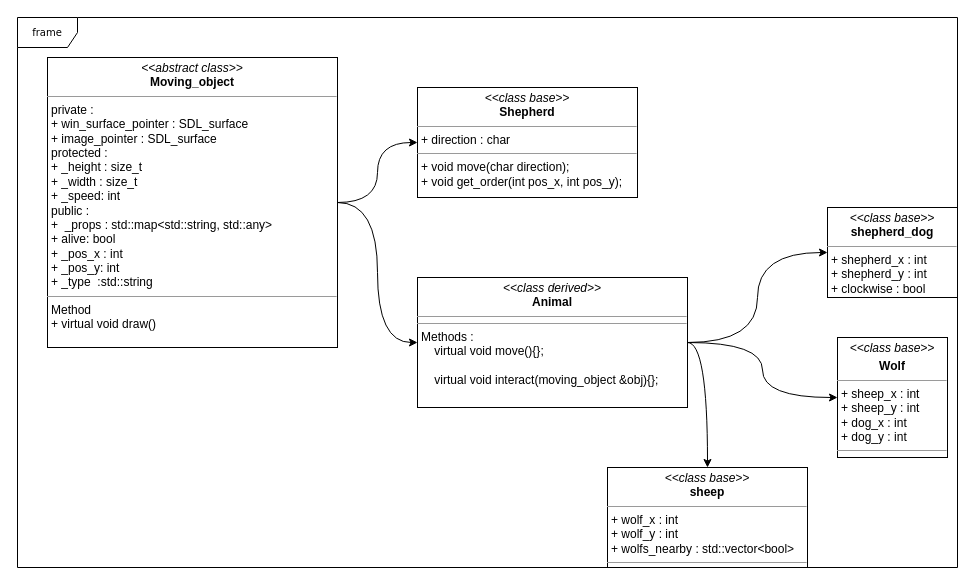
Earlier version of the draw.io diagram hiearchy.drawio (toma-leb/SDL_Project). Source tidied: cells renumbered, new cells numbered last; positions are measured from the earlier drawing's top-left corner, leaving out a move shared by most shapes. Both pictures are drawn from the tidied source at 100%, with x=0, y=0 at pixel (17, 17).
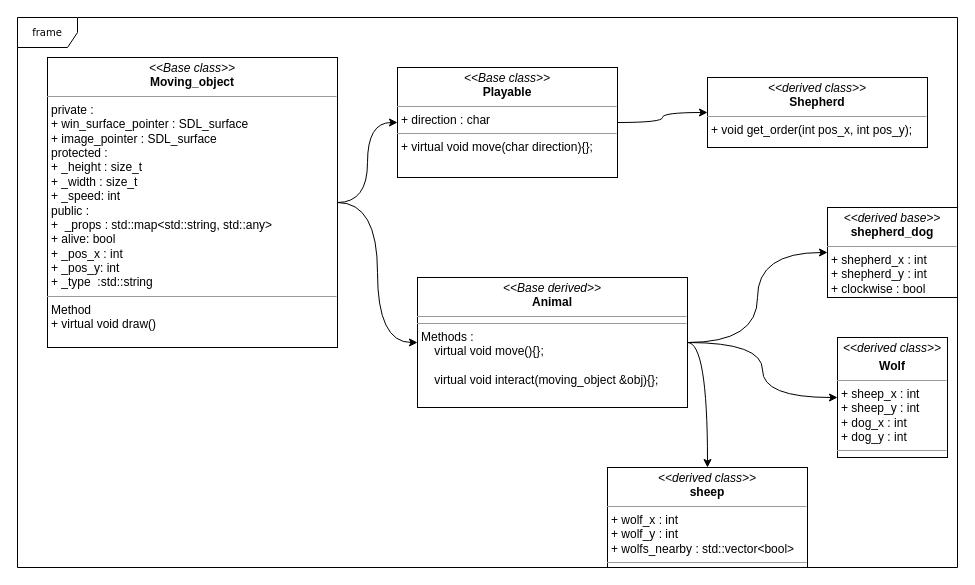
The same page after the edit.

Commit message:
update hiarchy diagram

Diff of the diagram source:
```diff
@@
 <mxGraphModel>
   <root>
     <mxCell id="0" />
     <mxCell id="1" parent="0" />
     <mxCell id="2" value="frame" style="shape=umlFrame;whiteSpace=wrap;html=1;rounded=0;shadow=0;comic=0;labelBackgroundColor=none;strokeWidth=1;fontFamily=Verdana;fontSize=10;align=center;" parent="1" vertex="1">
       <mxGeometry width="940" height="550" as="geometry" />
     </mxCell>
     <mxCell id="3" style="edgeStyle=orthogonalEdgeStyle;curved=1;rounded=0;jettySize=auto;html=1;entryX=0;entryY=0.5;entryDx=0;entryDy=0;" parent="1" edge="1" source="6" target="13">
       <mxGeometry relative="1" as="geometry" />
     </mxCell>
     <mxCell id="4" style="edgeStyle=orthogonalEdgeStyle;curved=1;rounded=0;jettySize=auto;html=1;" parent="1" edge="1" source="6" target="12">
       <mxGeometry relative="1" as="geometry" />
     </mxCell>
     <mxCell id="5" style="edgeStyle=orthogonalEdgeStyle;curved=1;rounded=0;jettySize=auto;html=1;exitX=1;exitY=0.5;exitDx=0;exitDy=0;" parent="1" edge="1" source="6" target="8">
       <mxGeometry relative="1" as="geometry" />
     </mxCell>
-    <mxCell id="6" value="&lt;p style=&quot;margin:0px;margin-top:4px;text-align:center;&quot;&gt;&lt;i&gt;&amp;lt;&amp;lt;class derived&amp;gt;&amp;gt;&lt;/i&gt;&lt;br&gt;&lt;b&gt;Animal&lt;/b&gt;&lt;br&gt;&lt;/p&gt;&lt;hr size=&quot;1&quot;&gt;&lt;hr size=&quot;1&quot;&gt;&lt;p style=&quot;margin:0px;margin-left:4px;&quot;&gt;Methods : &lt;br&gt;&lt;/p&gt;&lt;p style=&quot;margin:0px;margin-left:4px;&quot;&gt;&amp;nbsp;&amp;nbsp;&amp;nbsp; virtual void move(){};&lt;br&gt;&lt;br&gt;&amp;nbsp;&amp;nbsp;&amp;nbsp; virtual void interact(moving_object &amp;amp;obj){};&lt;br&gt;&lt;/p&gt;" style="verticalAlign=top;align=left;overflow=fill;fontSize=12;fontFamily=Helvetica;html=1;rounded=0;shadow=0;comic=0;labelBackgroundColor=none;strokeWidth=1;" parent="1" vertex="1">
+    <mxCell id="6" value="&lt;p style=&quot;margin:0px;margin-top:4px;text-align:center;&quot;&gt;&lt;i&gt;&amp;lt;&amp;lt;Base derived&amp;gt;&amp;gt;&lt;/i&gt;&lt;br&gt;&lt;b&gt;Animal&lt;/b&gt;&lt;br&gt;&lt;/p&gt;&lt;hr size=&quot;1&quot;&gt;&lt;hr size=&quot;1&quot;&gt;&lt;p style=&quot;margin:0px;margin-left:4px;&quot;&gt;Methods : &lt;br&gt;&lt;/p&gt;&lt;p style=&quot;margin:0px;margin-left:4px;&quot;&gt;&amp;nbsp;&amp;nbsp;&amp;nbsp; virtual void move(){};&lt;br&gt;&lt;br&gt;&amp;nbsp;&amp;nbsp;&amp;nbsp; virtual void interact(moving_object &amp;amp;obj){};&lt;br&gt;&lt;/p&gt;" style="verticalAlign=top;align=left;overflow=fill;fontSize=12;fontFamily=Helvetica;html=1;rounded=0;shadow=0;comic=0;labelBackgroundColor=none;strokeWidth=1;" parent="1" vertex="1">
       <mxGeometry x="400" y="260" width="270" height="130" as="geometry" />
     </mxCell>
-    <mxCell id="7" value="&lt;p style=&quot;margin:0px;margin-top:4px;text-align:center;&quot;&gt;&lt;i&gt;&amp;lt;&amp;lt;class base&amp;gt;&amp;gt;&lt;/i&gt;&lt;br&gt;&lt;b&gt;Shepherd&lt;/b&gt;&lt;br&gt;&lt;/p&gt;&lt;hr size=&quot;1&quot;&gt;&lt;p style=&quot;margin:0px;margin-left:4px;&quot;&gt;+ direction : char&lt;br&gt;&lt;/p&gt;&lt;hr size=&quot;1&quot;&gt;&lt;p style=&quot;margin:0px;margin-left:4px;&quot;&gt;+ void move(char direction);&lt;br&gt;+ void get_order(int pos_x, int pos_y);&lt;/p&gt;" style="verticalAlign=top;align=left;overflow=fill;fontSize=12;fontFamily=Helvetica;html=1;rounded=0;shadow=0;comic=0;labelBackgroundColor=none;strokeWidth=1;" parent="1" vertex="1">
-      <mxGeometry x="400" y="70" width="220" height="110" as="geometry" />
+    <mxCell id="7" value="&lt;p style=&quot;margin:0px;margin-top:4px;text-align:center;&quot;&gt;&lt;i&gt;&amp;lt;&amp;lt;&lt;/i&gt;&lt;i&gt;derived &lt;/i&gt;&lt;i&gt;class&amp;gt;&amp;gt;&lt;/i&gt;&lt;br&gt;&lt;b&gt;Shepherd&lt;/b&gt;&lt;br&gt;&lt;/p&gt;&lt;hr size=&quot;1&quot;&gt;&lt;p style=&quot;margin:0px;margin-left:4px;&quot;&gt;+ void get_order(int pos_x, int pos_y);&lt;/p&gt;" style="verticalAlign=top;align=left;overflow=fill;fontSize=12;fontFamily=Helvetica;html=1;rounded=0;shadow=0;comic=0;labelBackgroundColor=none;strokeWidth=1;" parent="1" vertex="1">
+      <mxGeometry x="690" y="60" width="220" height="70" as="geometry" />
     </mxCell>
-    <mxCell id="8" value="&lt;p style=&quot;margin:0px;margin-top:4px;text-align:center;&quot;&gt;&lt;i&gt;&amp;lt;&amp;lt;class base&amp;gt;&amp;gt;&lt;/i&gt;&lt;br&gt;&lt;b&gt;sheep&lt;/b&gt;&lt;br&gt;&lt;/p&gt;&lt;hr size=&quot;1&quot;&gt;&lt;p style=&quot;margin:0px;margin-left:4px;&quot;&gt;+ wolf_x : int&lt;/p&gt;&lt;p style=&quot;margin:0px;margin-left:4px;&quot;&gt;+ wolf_y : int&lt;/p&gt;&lt;p style=&quot;margin:0px;margin-left:4px;&quot;&gt;+ wolfs_nearby : std::vector&amp;lt;bool&amp;gt;&lt;/p&gt;&lt;hr size=&quot;1&quot;&gt;" style="verticalAlign=top;align=left;overflow=fill;fontSize=12;fontFamily=Helvetica;html=1;rounded=0;shadow=0;comic=0;labelBackgroundColor=none;strokeWidth=1;" parent="1" vertex="1">
+    <mxCell id="8" value="&lt;p style=&quot;margin:0px;margin-top:4px;text-align:center;&quot;&gt;&lt;i&gt;&amp;lt;&amp;lt;&lt;/i&gt;&lt;i&gt;derived &lt;/i&gt;&lt;i&gt;class&amp;gt;&amp;gt;&lt;/i&gt;&lt;br&gt;&lt;b&gt;sheep&lt;/b&gt;&lt;br&gt;&lt;/p&gt;&lt;hr size=&quot;1&quot;&gt;&lt;p style=&quot;margin:0px;margin-left:4px;&quot;&gt;+ wolf_x : int&lt;/p&gt;&lt;p style=&quot;margin:0px;margin-left:4px;&quot;&gt;+ wolf_y : int&lt;/p&gt;&lt;p style=&quot;margin:0px;margin-left:4px;&quot;&gt;+ wolfs_nearby : std::vector&amp;lt;bool&amp;gt;&lt;/p&gt;&lt;hr size=&quot;1&quot;&gt;" style="verticalAlign=top;align=left;overflow=fill;fontSize=12;fontFamily=Helvetica;html=1;rounded=0;shadow=0;comic=0;labelBackgroundColor=none;strokeWidth=1;" parent="1" vertex="1">
       <mxGeometry x="590" y="450" width="200" height="100" as="geometry" />
     </mxCell>
     <mxCell id="9" style="edgeStyle=orthogonalEdgeStyle;curved=1;rounded=0;jettySize=auto;html=1;" parent="1" edge="1" source="11" target="6">
       <mxGeometry relative="1" as="geometry" />
     </mxCell>
-    <mxCell id="10" style="edgeStyle=orthogonalEdgeStyle;curved=1;rounded=0;jettySize=auto;html=1;" parent="1" edge="1" source="11" target="7">
-      <mxGeometry relative="1" as="geometry" />
-    </mxCell>
+    <mxCell id="14" style="edgeStyle=orthogonalEdgeStyle;rounded=0;jettySize=auto;html=1;curved=1;" parent="1" edge="1" source="11" target="16">
+      <mxGeometry relative="1" as="geometry" />
+    </mxCell>
-    <mxCell id="11" value="&lt;p style=&quot;margin:0px;margin-top:4px;text-align:center;&quot;&gt;&lt;i&gt;&amp;lt;&amp;lt;abstract class&amp;gt;&amp;gt;&lt;/i&gt;&lt;br&gt;&lt;b&gt;Moving_object&lt;/b&gt;&lt;br&gt;&lt;/p&gt;&lt;hr size=&quot;1&quot;&gt;&lt;p style=&quot;margin:0px;margin-left:4px;&quot;&gt;private : &lt;br&gt;&lt;/p&gt;&lt;p style=&quot;margin:0px;margin-left:4px;&quot;&gt;+ win_surface_pointer : SDL_surface&lt;br&gt;+ image_pointer : SDL_surface&lt;/p&gt;&lt;p style=&quot;margin:0px;margin-left:4px;&quot;&gt;protected : &lt;br&gt;&lt;/p&gt;&lt;p style=&quot;margin:0px;margin-left:4px;&quot;&gt;+ _height : size_t&lt;/p&gt;&lt;p style=&quot;margin:0px;margin-left:4px;&quot;&gt;+ _width : size_t&lt;/p&gt;&lt;p style=&quot;margin:0px;margin-left:4px;&quot;&gt;+ _speed: int&lt;/p&gt;&lt;p style=&quot;margin:0px;margin-left:4px;&quot;&gt;public :&lt;/p&gt;&lt;p style=&quot;margin:0px;margin-left:4px;&quot;&gt;+&amp;nbsp; _props : std::map&amp;lt;std::string, std::any&amp;gt;&lt;/p&gt;&lt;p style=&quot;margin:0px;margin-left:4px;&quot;&gt;+ alive: bool &lt;br&gt;+ _pos_x : int&lt;/p&gt;&lt;p style=&quot;margin:0px;margin-left:4px;&quot;&gt;+ _pos_y: int&lt;br&gt;+ _type&amp;nbsp; :std::string &lt;/p&gt;&lt;hr size=&quot;1&quot;&gt;&lt;p style=&quot;margin:0px;margin-left:4px;&quot;&gt;Method &lt;br&gt;&lt;/p&gt;&lt;p style=&quot;margin:0px;margin-left:4px;&quot;&gt;+ virtual void draw()&lt;br&gt;&lt;/p&gt;" style="verticalAlign=top;align=left;overflow=fill;fontSize=12;fontFamily=Helvetica;html=1;rounded=0;shadow=0;comic=0;labelBackgroundColor=none;strokeWidth=1;" parent="1" vertex="1">
+    <mxCell id="11" value="&lt;p style=&quot;margin:0px;margin-top:4px;text-align:center;&quot;&gt;&lt;i&gt;&amp;lt;&amp;lt;Base class&amp;gt;&amp;gt;&lt;/i&gt;&lt;br&gt;&lt;b&gt;Moving_object&lt;/b&gt;&lt;br&gt;&lt;/p&gt;&lt;hr size=&quot;1&quot;&gt;&lt;p style=&quot;margin:0px;margin-left:4px;&quot;&gt;private : &lt;br&gt;&lt;/p&gt;&lt;p style=&quot;margin:0px;margin-left:4px;&quot;&gt;+ win_surface_pointer : SDL_surface&lt;br&gt;+ image_pointer : SDL_surface&lt;/p&gt;&lt;p style=&quot;margin:0px;margin-left:4px;&quot;&gt;protected : &lt;br&gt;&lt;/p&gt;&lt;p style=&quot;margin:0px;margin-left:4px;&quot;&gt;+ _height : size_t&lt;/p&gt;&lt;p style=&quot;margin:0px;margin-left:4px;&quot;&gt;+ _width : size_t&lt;/p&gt;&lt;p style=&quot;margin:0px;margin-left:4px;&quot;&gt;+ _speed: int&lt;/p&gt;&lt;p style=&quot;margin:0px;margin-left:4px;&quot;&gt;public :&lt;/p&gt;&lt;p style=&quot;margin:0px;margin-left:4px;&quot;&gt;+&amp;nbsp; _props : std::map&amp;lt;std::string, std::any&amp;gt;&lt;/p&gt;&lt;p style=&quot;margin:0px;margin-left:4px;&quot;&gt;+ alive: bool &lt;br&gt;+ _pos_x : int&lt;/p&gt;&lt;p style=&quot;margin:0px;margin-left:4px;&quot;&gt;+ _pos_y: int&lt;br&gt;+ _type&amp;nbsp; :std::string &lt;/p&gt;&lt;hr size=&quot;1&quot;&gt;&lt;p style=&quot;margin:0px;margin-left:4px;&quot;&gt;Method &lt;br&gt;&lt;/p&gt;&lt;p style=&quot;margin:0px;margin-left:4px;&quot;&gt;+ virtual void draw()&lt;br&gt;&lt;/p&gt;" style="verticalAlign=top;align=left;overflow=fill;fontSize=12;fontFamily=Helvetica;html=1;rounded=0;shadow=0;comic=0;labelBackgroundColor=none;strokeWidth=1;" parent="1" vertex="1">
       <mxGeometry x="30" y="40" width="290" height="290" as="geometry" />
     </mxCell>
-    <mxCell id="12" value="&lt;p style=&quot;margin:0px;margin-top:4px;text-align:center;&quot;&gt;&lt;i&gt;&amp;lt;&amp;lt;class base&amp;gt;&amp;gt;&lt;/i&gt;&lt;/p&gt;&lt;p style=&quot;margin:0px;margin-top:4px;text-align:center;&quot;&gt;&lt;b&gt;Wolf&lt;/b&gt;&lt;br&gt;&lt;b&gt;&lt;/b&gt;&lt;/p&gt;&lt;hr size=&quot;1&quot;&gt;&lt;p style=&quot;margin:0px;margin-left:4px;&quot;&gt;+ sheep_x : int&lt;/p&gt;&lt;p style=&quot;margin:0px;margin-left:4px;&quot;&gt;+ sheep_y : int&lt;/p&gt;&lt;p style=&quot;margin:0px;margin-left:4px;&quot;&gt;+ dog_x : int&lt;/p&gt;&lt;p style=&quot;margin:0px;margin-left:4px;&quot;&gt;+ dog_y : int&lt;/p&gt;&lt;p style=&quot;margin:0px;margin-left:4px;&quot;&gt;&lt;/p&gt;&lt;p style=&quot;margin:0px;margin-left:4px;&quot;&gt;&lt;/p&gt;&lt;hr size=&quot;1&quot;&gt;" style="verticalAlign=top;align=left;overflow=fill;fontSize=12;fontFamily=Helvetica;html=1;rounded=0;shadow=0;comic=0;labelBackgroundColor=none;strokeWidth=1;" parent="1" vertex="1">
+    <mxCell id="12" value="&lt;p style=&quot;margin:0px;margin-top:4px;text-align:center;&quot;&gt;&lt;i&gt;&amp;lt;&amp;lt;&lt;/i&gt;&lt;i&gt;derived &lt;/i&gt;&lt;i&gt;class&amp;gt;&amp;gt;&lt;/i&gt;&lt;/p&gt;&lt;p style=&quot;margin:0px;margin-top:4px;text-align:center;&quot;&gt;&lt;b&gt;Wolf&lt;/b&gt;&lt;br&gt;&lt;b&gt;&lt;/b&gt;&lt;/p&gt;&lt;hr size=&quot;1&quot;&gt;&lt;p style=&quot;margin:0px;margin-left:4px;&quot;&gt;+ sheep_x : int&lt;/p&gt;&lt;p style=&quot;margin:0px;margin-left:4px;&quot;&gt;+ sheep_y : int&lt;/p&gt;&lt;p style=&quot;margin:0px;margin-left:4px;&quot;&gt;+ dog_x : int&lt;/p&gt;&lt;p style=&quot;margin:0px;margin-left:4px;&quot;&gt;+ dog_y : int&lt;/p&gt;&lt;p style=&quot;margin:0px;margin-left:4px;&quot;&gt;&lt;/p&gt;&lt;p style=&quot;margin:0px;margin-left:4px;&quot;&gt;&lt;/p&gt;&lt;hr size=&quot;1&quot;&gt;" style="verticalAlign=top;align=left;overflow=fill;fontSize=12;fontFamily=Helvetica;html=1;rounded=0;shadow=0;comic=0;labelBackgroundColor=none;strokeWidth=1;" parent="1" vertex="1">
       <mxGeometry x="820" y="320" width="110" height="120" as="geometry" />
     </mxCell>
-    <mxCell id="13" value="&lt;p style=&quot;margin:0px;margin-top:4px;text-align:center;&quot;&gt;&lt;i&gt;&amp;lt;&amp;lt;class base&amp;gt;&amp;gt;&lt;/i&gt;&lt;br&gt;&lt;b&gt;shepherd_dog&lt;/b&gt;&lt;br&gt;&lt;/p&gt;&lt;hr size=&quot;1&quot;&gt;&lt;p style=&quot;margin:0px;margin-left:4px;&quot;&gt;+ shepherd_x : int&lt;/p&gt;&lt;p style=&quot;margin:0px;margin-left:4px;&quot;&gt;+ shepherd_y : int&lt;/p&gt;&lt;p style=&quot;margin:0px;margin-left:4px;&quot;&gt;+ clockwise : bool&lt;br&gt;&lt;/p&gt;&lt;p style=&quot;margin:0px;margin-left:4px;&quot;&gt;&lt;/p&gt;&lt;hr size=&quot;1&quot;&gt;" style="verticalAlign=top;align=left;overflow=fill;fontSize=12;fontFamily=Helvetica;html=1;rounded=0;shadow=0;comic=0;labelBackgroundColor=none;strokeWidth=1;" parent="1" vertex="1">
+    <mxCell id="13" value="&lt;p style=&quot;margin:0px;margin-top:4px;text-align:center;&quot;&gt;&lt;i&gt;&amp;lt;&amp;lt;derived base&amp;gt;&amp;gt;&lt;/i&gt;&lt;br&gt;&lt;b&gt;shepherd_dog&lt;/b&gt;&lt;br&gt;&lt;/p&gt;&lt;hr size=&quot;1&quot;&gt;&lt;p style=&quot;margin:0px;margin-left:4px;&quot;&gt;+ shepherd_x : int&lt;/p&gt;&lt;p style=&quot;margin:0px;margin-left:4px;&quot;&gt;+ shepherd_y : int&lt;/p&gt;&lt;p style=&quot;margin:0px;margin-left:4px;&quot;&gt;+ clockwise : bool&lt;br&gt;&lt;/p&gt;&lt;p style=&quot;margin:0px;margin-left:4px;&quot;&gt;&lt;/p&gt;&lt;hr size=&quot;1&quot;&gt;" style="verticalAlign=top;align=left;overflow=fill;fontSize=12;fontFamily=Helvetica;html=1;rounded=0;shadow=0;comic=0;labelBackgroundColor=none;strokeWidth=1;" parent="1" vertex="1">
       <mxGeometry x="810" y="190" width="130" height="90" as="geometry" />
     </mxCell>
+    <mxCell id="15" style="edgeStyle=orthogonalEdgeStyle;curved=1;rounded=0;jettySize=auto;html=1;" parent="1" edge="1" source="16" target="7">
+      <mxGeometry relative="1" as="geometry" />
+    </mxCell>
+    <mxCell id="16" value="&lt;p style=&quot;margin:0px;margin-top:4px;text-align:center;&quot;&gt;&lt;i&gt;&amp;lt;&amp;lt;Base class&amp;gt;&amp;gt;&lt;/i&gt;&lt;br&gt;&lt;b&gt;Playable&lt;/b&gt;&lt;br&gt;&lt;/p&gt;&lt;hr size=&quot;1&quot;&gt;&lt;p style=&quot;margin:0px;margin-left:4px;&quot;&gt;+ direction : char&lt;br&gt;&lt;/p&gt;&lt;hr size=&quot;1&quot;&gt;&lt;p style=&quot;margin:0px;margin-left:4px;&quot;&gt;+ virtual void move(char direction){};&lt;br&gt;&lt;/p&gt;" style="verticalAlign=top;align=left;overflow=fill;fontSize=12;fontFamily=Helvetica;html=1;rounded=0;shadow=0;comic=0;labelBackgroundColor=none;strokeWidth=1;" parent="1" vertex="1">
+      <mxGeometry x="380" y="50" width="220" height="110" as="geometry" />
+    </mxCell>
   </root>
 </mxGraphModel>
```
